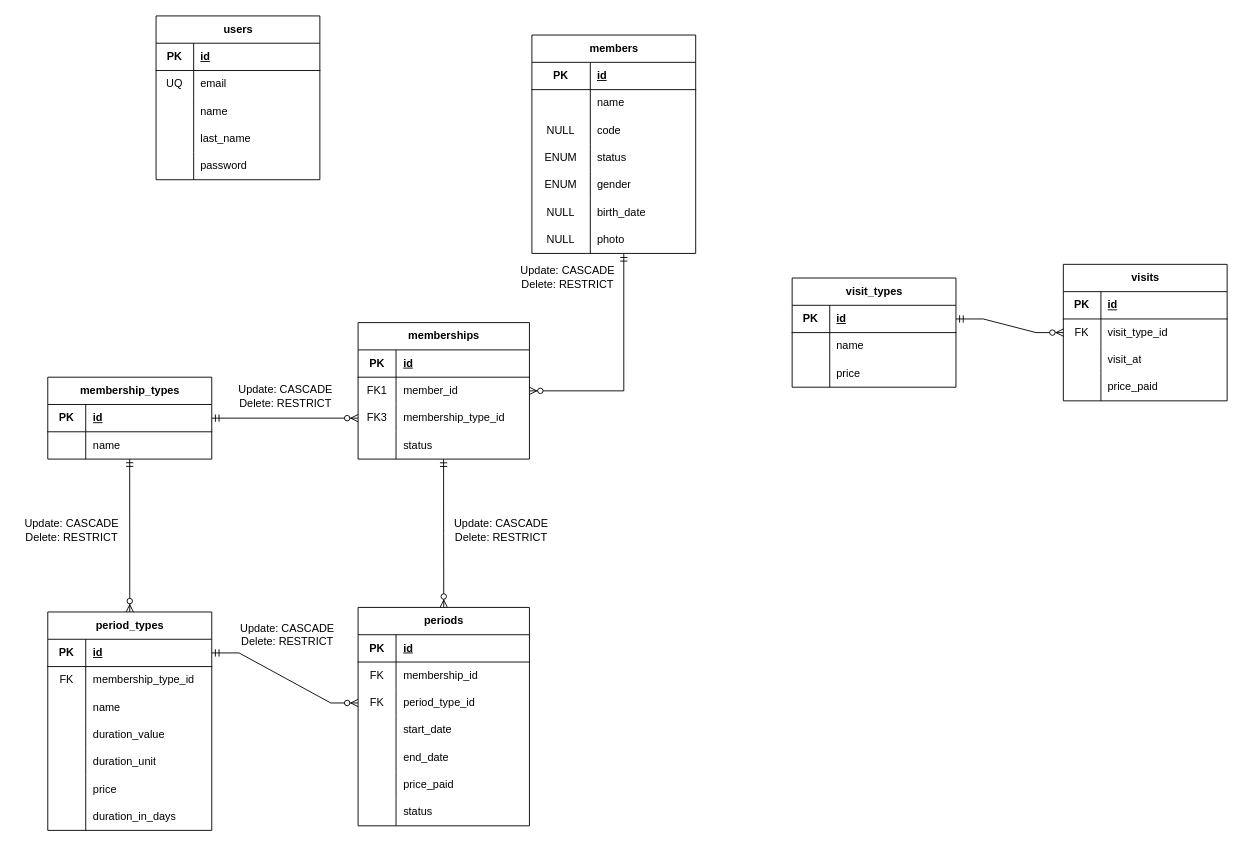
This is docs/logical-design.drawio from hdz-kevin/TecnoGym, a draw.io file, before an edit. Source tidied: cells renumbered, new cells numbered last; positions are measured from the earlier drawing's top-left corner, leaving out a move shared by most shapes. Both pictures are drawn from the tidied source at 91%, with x=0, y=0 at pixel (15, 15).
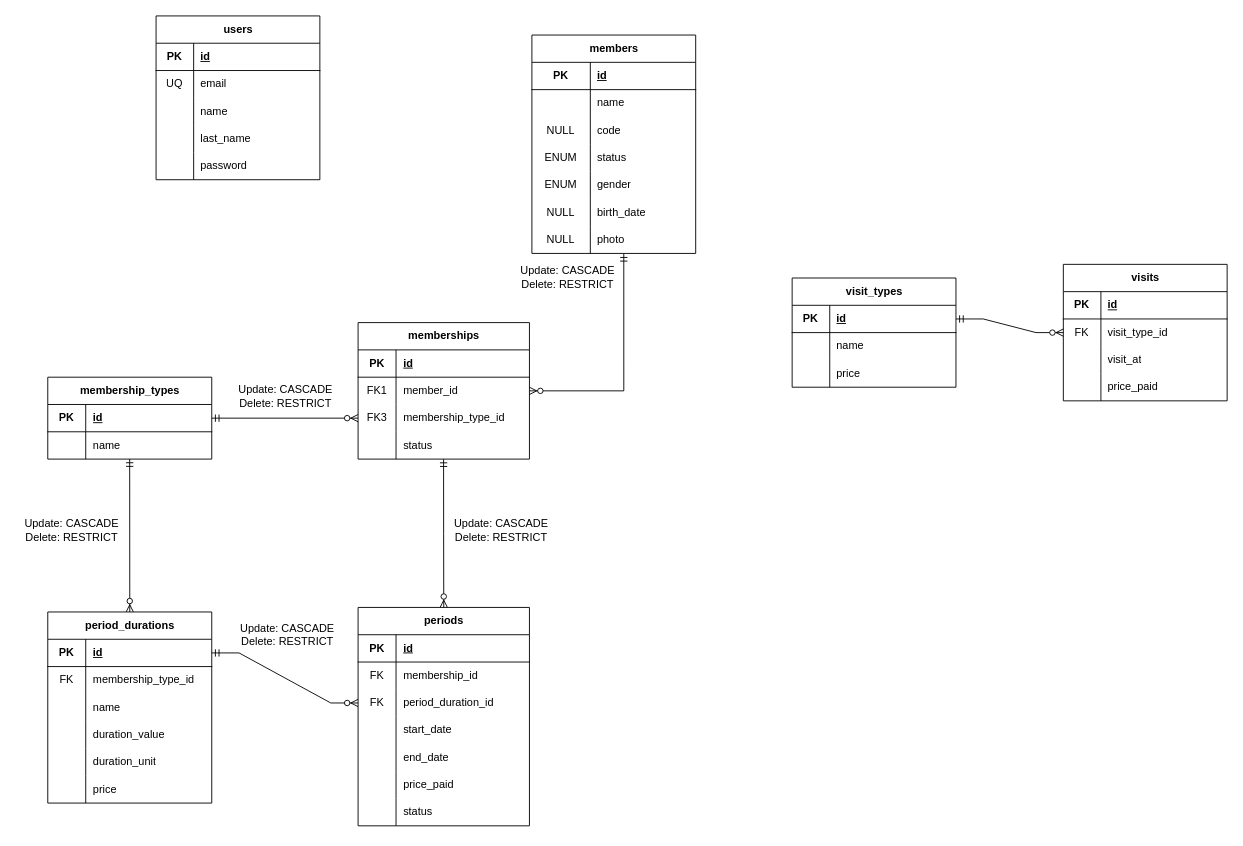
Above is the later version.

Commit message (it also covers changes not shown here):
rename period_types table to period_durations and remove duration_in_days field

The change refers to these unchanged cells:
```xml
<mxCell id="95" style="shape=tableRow;horizontal=0;startSize=0;swimlaneHead=0;swimlaneBody=0;fillColor=none;points=[[0,0.5],[1,0.5]];portConstraint=eastwest;top=0;left=0;right=0;bottom=0;" parent="88" vertex="1">
  <mxGeometry y="90" width="188.3" height="30" as="geometry" />
</mxCell>
```

Diff of the diagram source:
```diff
@@
-    <mxCell id="47" value="period_types" style="shape=table;startSize=30;childLayout=tableLayout;rowLines=0;fontStyle=1;align=center;html=1;" parent="1" vertex="1">
-      <mxGeometry x="35" y="655" width="180.2" height="240" as="geometry" />
+    <mxCell id="47" value="period_durations" style="shape=table;startSize=30;childLayout=tableLayout;rowLines=0;fontStyle=1;align=center;html=1;" parent="1" vertex="1">
+      <mxGeometry x="35" y="655" width="180.2" height="210" as="geometry" />
     </mxCell>
@@
-    <mxCell id="66" style="shape=tableRow;horizontal=0;startSize=0;swimlaneHead=0;swimlaneBody=0;fillColor=none;top=0;left=0;right=0;bottom=0;" parent="47" vertex="1">
-      <mxGeometry y="210" width="180.2" height="30" as="geometry" />
-    </mxCell>
-    <mxCell id="67" style="shape=partialRectangle;fillColor=none;top=0;left=0;bottom=0;right=0;overflow=hidden;whiteSpace=wrap;html=1;" parent="66" vertex="1">
-      <mxGeometry width="41.7" height="30" as="geometry" />
-    </mxCell>
-    <mxCell id="68" value="duration_in_days" style="shape=partialRectangle;fillColor=none;top=0;left=0;bottom=0;right=0;align=left;spacingLeft=6;overflow=hidden;whiteSpace=wrap;html=1;" parent="66" vertex="1">
-      <mxGeometry x="41.7" width="138.4" height="30" as="geometry" />
-    </mxCell>
@@
-    <mxCell id="97" value="period_type_id" style="shape=partialRectangle;fillColor=none;top=0;left=0;bottom=0;right=0;align=left;spacingLeft=6;overflow=hidden;whiteSpace=wrap;html=1;" parent="95" vertex="1">
+    <mxCell id="97" value="period_duration_id" style="shape=partialRectangle;fillColor=none;top=0;left=0;bottom=0;right=0;align=left;spacingLeft=6;overflow=hidden;whiteSpace=wrap;html=1;" parent="95" vertex="1">
       <mxGeometry x="41.7" width="146.5" height="30" as="geometry" />
     </mxCell>
```
